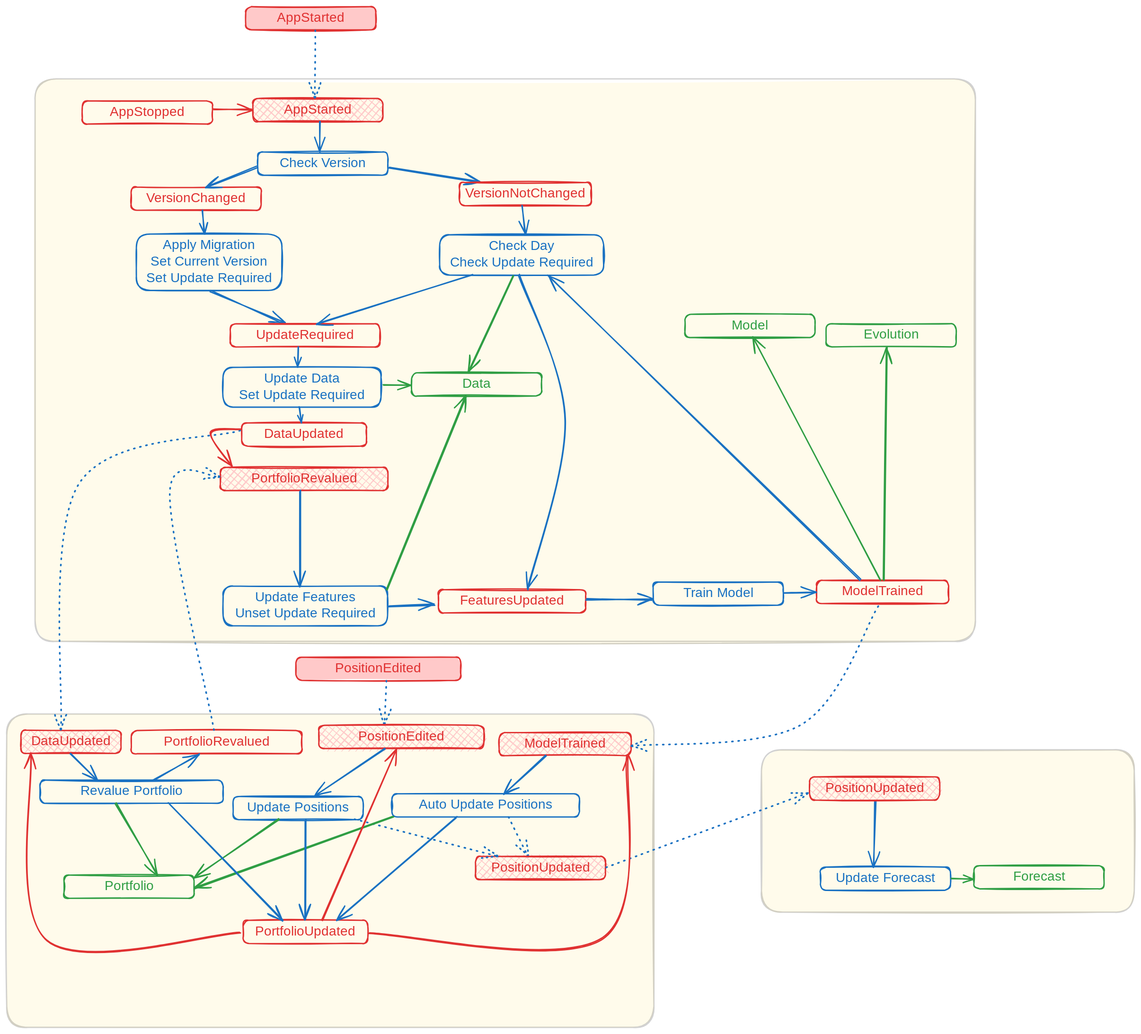
Before: docs/fsm.excalidraw.svg, a diagram exported from Excalidraw (WLM1ke/poptimizer). Source tidied: one line per element, renumbered; positions are measured from the earlier drawing's top-left corner, leaving out a move shared by most shapes.
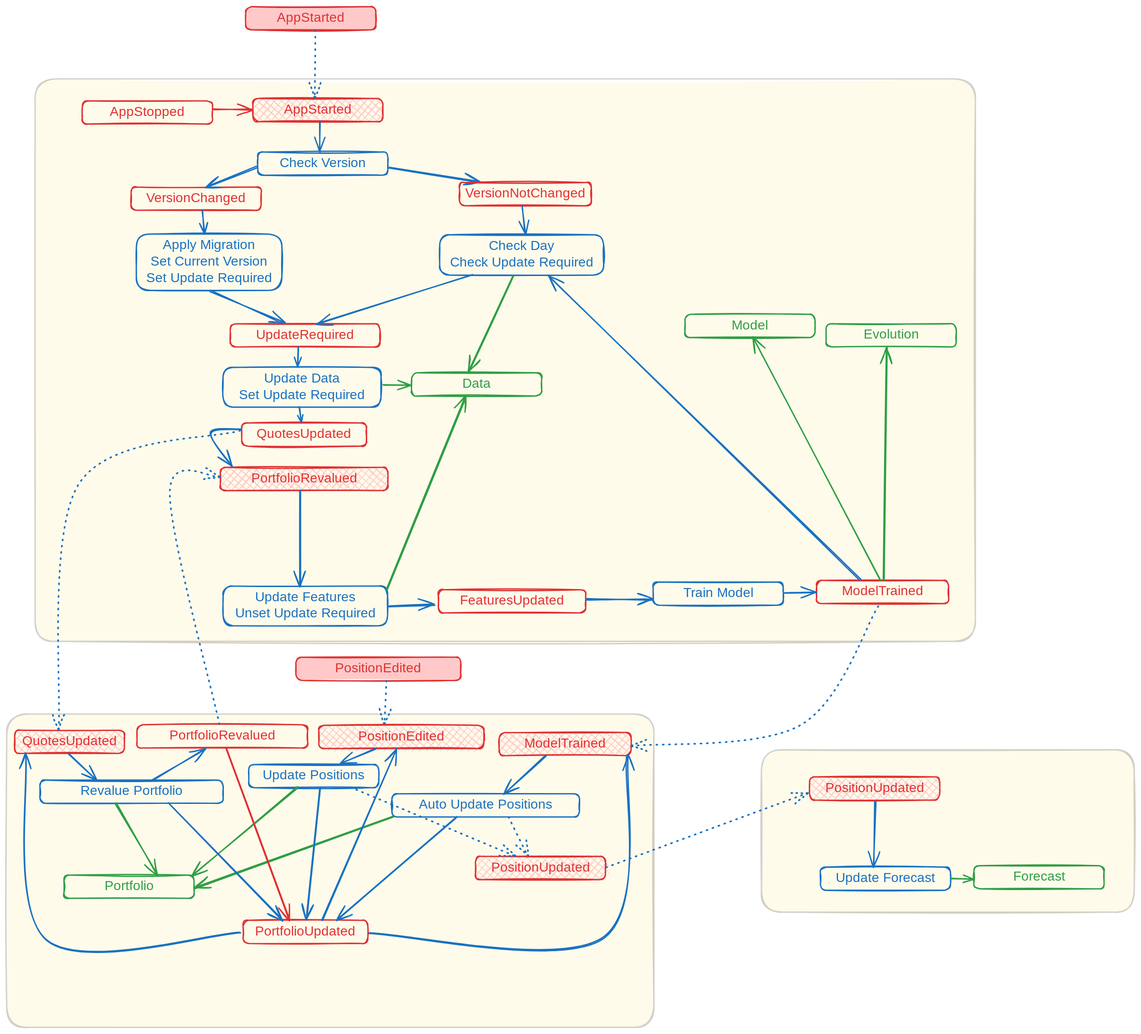
After the change.

The edit, as a diff of the source:
```diff
@@ -25,11 +25,11 @@
 {"id": 24, "type": "arrow", "strokeColor": "#1971c2", "strokeWidth": 2, "roughness": 1, "endArrowhead": "arrow", "round": true, "from": 15, "to": 13, "x": 378, "y": 242, "width": 77, "height": 30, "points": [[0, 0], [-77, 30]]}
 {"id": 25, "type": "arrow", "strokeColor": "#1971c2", "strokeWidth": 2, "roughness": 1, "endArrowhead": "arrow", "round": true, "from": 15, "to": 45, "x": 576, "y": 243, "width": 138, "height": 22, "points": [[0, 0], [138, 22]]}
 {"id": 26, "type": "arrow", "strokeColor": "#1971c2", "strokeWidth": 2, "strokeStyle": "dotted", "roughness": 1, "endArrowhead": "arrow", "round": true, "from": 11, "to": 77, "x": 572, "y": 1017, "width": 3, "height": 68, "points": [[0, 0], [-3, 68]]}
-{"id": 27, "type": "rectangle", "strokeColor": "#1971c2", "strokeWidth": 2, "roughness": 1, "round": true, "x": 342, "y": 1192, "width": 196, "height": 35}
+{"id": 27, "type": "rectangle", "strokeColor": "#1971c2", "strokeWidth": 2, "roughness": 1, "round": true, "x": 365, "y": 1144, "width": 196, "height": 35}
-{"id": 28, "type": "text", "text": "Update Positions", "strokeColor": "#1971c2", "strokeWidth": 2, "roughness": 1, "fontSize": 20, "fontFamily": 5, "textAlign": "center", "verticalAlign": "middle", "inside": 27, "x": 355, "y": 1197, "width": 169, "height": 25}
+{"id": 28, "type": "text", "text": "Update Positions", "strokeColor": "#1971c2", "strokeWidth": 2, "roughness": 1, "fontSize": 20, "fontFamily": 5, "textAlign": "center", "verticalAlign": "middle", "inside": 27, "x": 379, "y": 1149, "width": 169, "height": 25}
 {"id": 29, "type": "arrow", "strokeColor": "#1971c2", "strokeWidth": 2, "roughness": 1, "endArrowhead": "arrow", "round": true, "from": 42, "to": 50, "x": 307, "y": 429, "width": 112, "height": 49, "points": [[0, 0], [112, 49]]}
 {"id": 30, "type": "arrow", "strokeColor": "#2f9e44", "strokeWidth": 2, "roughness": 1, "endArrowhead": "arrow", "round": true, "from": 19, "to": 7, "x": 164, "y": 1203, "width": 63, "height": 107, "points": [[0, 0], [63, 107]]}
-{"id": 31, "type": "arrow", "strokeColor": "#2f9e44", "strokeWidth": 2, "roughness": 1, "endArrowhead": "arrow", "round": true, "from": 27, "to": 7, "x": 411, "y": 1227, "width": 128, "height": 86, "points": [[0, 0], [-128, 86]]}
+{"id": 31, "type": "arrow", "strokeColor": "#2f9e44", "strokeWidth": 2, "roughness": 1, "endArrowhead": "arrow", "round": true, "from": 27, "to": 7, "x": 440, "y": 1179, "width": 160, "height": 132, "points": [[0, 0], [-160, 132]]}
 {"id": 32, "type": "rectangle", "strokeColor": "#1971c2", "strokeWidth": 2, "roughness": 1, "round": true, "x": 1228, "y": 1298, "width": 196, "height": 35}
 {"id": 33, "type": "text", "text": "Update Forecast", "strokeColor": "#1971c2", "strokeWidth": 2, "roughness": 1, "fontSize": 20, "fontFamily": 5, "textAlign": "center", "verticalAlign": "middle", "inside": 32, "x": 1244, "y": 1303, "width": 165, "height": 25}
 {"id": 34, "type": "arrow", "strokeColor": "#2f9e44", "strokeWidth": 2, "roughness": 1, "endArrowhead": "arrow", "round": true, "from": 32, "to": 9, "x": 1426, "y": 1316, "width": 33, "height": 0, "points": [[0, 0], [33, 0]]}
@@ -38,7 +38,7 @@
 {"id": 37, "type": "arrow", "strokeColor": "#1971c2", "strokeWidth": 2, "strokeStyle": "dotted", "roughness": 1, "endArrowhead": "arrow", "round": true, "from": 35, "to": 38, "x": 757, "y": 1223, "width": 30, "height": 59, "points": [[0, 0], [30, 59]]}
 {"id": 38, "type": "rectangle", "strokeColor": "#e03131", "backgroundColor": "#ffc9c9", "fillStyle": "cross-hatch", "strokeWidth": 2, "roughness": 1, "round": true, "x": 708, "y": 1282, "width": 196, "height": 35}
 {"id": 39, "type": "text", "text": "PositionUpdated", "strokeColor": "#e03131", "strokeWidth": 2, "roughness": 1, "fontSize": 20, "fontFamily": 5, "textAlign": "center", "verticalAlign": "middle", "inside": 38, "x": 724, "y": 1287, "width": 162, "height": 25}
-{"id": 40, "type": "arrow", "strokeColor": "#1971c2", "strokeWidth": 2, "strokeStyle": "dotted", "roughness": 1, "endArrowhead": "arrow", "round": true, "from": 27, "to": 38, "x": 525, "y": 1227, "width": 217, "height": 54, "points": [[0, 0], [217, 54]]}
+{"id": 40, "type": "arrow", "strokeColor": "#1971c2", "strokeWidth": 2, "strokeStyle": "dotted", "roughness": 1, "endArrowhead": "arrow", "round": true, "from": 27, "to": 38, "x": 519, "y": 1179, "width": 250, "height": 103, "points": [[0, 0], [250, 103]]}
 {"id": 41, "type": "arrow", "strokeColor": "#1971c2", "strokeWidth": 2, "roughness": 1, "endArrowhead": "arrow", "round": true, "from": 96, "to": 32, "x": 1310, "y": 1199, "width": 2, "height": 99, "points": [[0, 0], [-2, 99]]}
 {"id": 42, "type": "rectangle", "strokeColor": "#1971c2", "strokeWidth": 2, "roughness": 1, "round": true, "x": 196, "y": 343, "width": 220, "height": 85}
 {"id": 43, "type": "text", "text": "Apply Migration\nSet Current Version\nSet Update Required", "strokeColor": "#1971c2", "strokeWidth": 2, "roughness": 1, "fontSize": 20, "fontFamily": 5, "textAlign": "center", "verticalAlign": "middle", "inside": 42, "x": 204, "y": 348, "width": 204, "height": 75}
@@ -53,18 +53,17 @@
 {"id": 52, "type": "rectangle", "strokeColor": "#e03131", "strokeWidth": 2, "roughness": 1, "round": true, "x": 652, "y": 880, "width": 222, "height": 35}
 {"id": 53, "type": "text", "text": "FeaturesUpdated", "strokeColor": "#e03131", "strokeWidth": 2, "roughness": 1, "fontSize": 20, "fontFamily": 5, "textAlign": "center", "verticalAlign": "middle", "inside": 52, "x": 678, "y": 885, "width": 169, "height": 25}
 {"id": 54, "type": "arrow", "strokeColor": "#1971c2", "strokeWidth": 2, "roughness": 1, "endArrowhead": "arrow", "round": true, "from": 47, "to": 50, "x": 702, "y": 405, "width": 233, "height": 73, "points": [[0, 0], [-233, 73]]}
-{"id": 55, "type": "arrow", "strokeColor": "#1971c2", "strokeWidth": 2, "roughness": 1, "endArrowhead": "arrow", "round": true, "from": 47, "to": 52, "x": 773, "y": 405, "width": 69, "height": 474, "points": [[0, 0], [69, 218], [13, 474]]}
 {"id": 56, "type": "arrow", "strokeColor": "#1971c2", "strokeWidth": 2, "roughness": 1, "endArrowhead": "arrow", "round": true, "from": 50, "to": 17, "x": 440, "y": 514, "width": 1, "height": 30, "points": [[0, 0], [-1, 30]]}
 {"id": 57, "type": "arrow", "strokeColor": "#2f9e44", "strokeWidth": 2, "roughness": 1, "endArrowhead": "arrow", "round": true, "from": 47, "to": 5, "x": 764, "y": 405, "width": 68, "height": 147, "points": [[0, 0], [-68, 147]]}
 {"id": 58, "type": "rectangle", "strokeColor": "#e03131", "strokeWidth": 2, "roughness": 1, "round": true, "x": 355, "y": 628, "width": 188, "height": 35}
-{"id": 59, "type": "text", "text": "DataUpdated", "strokeColor": "#e03131", "strokeWidth": 2, "roughness": 1, "fontSize": 20, "fontFamily": 5, "textAlign": "center", "verticalAlign": "middle", "inside": 58, "x": 382, "y": 633, "width": 133, "height": 25}
+{"id": 59, "type": "text", "text": "QuotesUpdated", "strokeColor": "#e03131", "strokeWidth": 2, "roughness": 1, "fontSize": 20, "fontFamily": 5, "textAlign": "center", "verticalAlign": "middle", "inside": 58, "x": 372, "y": 633, "width": 154, "height": 25}
 {"id": 60, "type": "arrow", "strokeColor": "#1971c2", "strokeWidth": 2, "roughness": 1, "endArrowhead": "arrow", "round": true, "from": 17, "to": 58, "x": 442, "y": 605, "width": 3, "height": 23, "points": [[0, 0], [3, 23]]}
-{"id": 61, "type": "rectangle", "strokeColor": "#e03131", "backgroundColor": "#ffc9c9", "fillStyle": "cross-hatch", "strokeWidth": 2, "roughness": 1, "round": true, "x": 21, "y": 1092, "width": 151, "height": 35}
+{"id": 61, "type": "rectangle", "strokeColor": "#e03131", "backgroundColor": "#ffc9c9", "fillStyle": "cross-hatch", "strokeWidth": 2, "roughness": 1, "round": true, "x": 12, "y": 1092, "width": 166, "height": 35}
-{"id": 62, "type": "text", "text": "DataUpdated", "strokeColor": "#e03131", "strokeWidth": 2, "roughness": 1, "fontSize": 20, "fontFamily": 5, "textAlign": "center", "verticalAlign": "middle", "inside": 61, "x": 31, "y": 1097, "width": 133, "height": 25}
+{"id": 62, "type": "text", "text": "QuotesUpdated", "strokeColor": "#e03131", "strokeWidth": 2, "roughness": 1, "fontSize": 20, "fontFamily": 5, "textAlign": "center", "verticalAlign": "middle", "inside": 61, "x": 18, "y": 1097, "width": 154, "height": 25}
-{"id": 63, "type": "arrow", "strokeColor": "#1971c2", "backgroundColor": "#ffc9c9", "fillStyle": "solid", "strokeWidth": 2, "roughness": 1, "endArrowhead": "arrow", "round": true, "from": 61, "to": 19, "x": 96, "y": 1127, "width": 41, "height": 40, "points": [[0, 0], [41, 40]]}
+{"id": 63, "type": "arrow", "strokeColor": "#1971c2", "backgroundColor": "#ffc9c9", "fillStyle": "solid", "strokeWidth": 2, "roughness": 1, "endArrowhead": "arrow", "round": true, "from": 61, "to": 19, "x": 93, "y": 1127, "width": 43, "height": 40, "points": [[0, 0], [43, 40]]}
-{"id": 64, "type": "rectangle", "strokeColor": "#e03131", "strokeWidth": 2, "roughness": 1, "round": true, "x": 188, "y": 1092, "width": 258, "height": 35}
+{"id": 64, "type": "rectangle", "strokeColor": "#e03131", "strokeWidth": 2, "roughness": 1, "round": true, "x": 197, "y": 1084, "width": 258, "height": 35}
-{"id": 65, "type": "text", "text": "PortfolioRevalued", "strokeColor": "#e03131", "strokeWidth": 2, "roughness": 1, "fontSize": 20, "fontFamily": 5, "textAlign": "center", "verticalAlign": "middle", "inside": 64, "x": 230, "y": 1097, "width": 174, "height": 25}
+{"id": 65, "type": "text", "text": "PortfolioRevalued", "strokeColor": "#e03131", "strokeWidth": 2, "roughness": 1, "fontSize": 20, "fontFamily": 5, "textAlign": "center", "verticalAlign": "middle", "inside": 64, "x": 239, "y": 1089, "width": 174, "height": 25}
-{"id": 66, "type": "arrow", "strokeColor": "#1971c2", "backgroundColor": "#ffc9c9", "fillStyle": "solid", "strokeWidth": 2, "roughness": 1, "endArrowhead": "arrow", "round": true, "from": 19, "to": 64, "x": 222, "y": 1167, "width": 68, "height": 39, "points": [[0, 0], [68, -39]]}
+{"id": 66, "type": "arrow", "strokeColor": "#1971c2", "backgroundColor": "#ffc9c9", "fillStyle": "solid", "strokeWidth": 2, "roughness": 1, "endArrowhead": "arrow", "round": true, "from": 19, "to": 64, "x": 220, "y": 1167, "width": 80, "height": 48, "points": [[0, 0], [80, -48]]}
 {"id": 67, "type": "rectangle", "strokeColor": "#e03131", "backgroundColor": "#ffc9c9", "fillStyle": "cross-hatch", "strokeWidth": 2, "roughness": 1, "round": true, "x": 322, "y": 695, "width": 253, "height": 35}
 {"id": 68, "type": "text", "text": "PortfolioRevalued", "strokeColor": "#e03131", "strokeWidth": 2, "roughness": 1, "fontSize": 20, "fontFamily": 5, "textAlign": "center", "verticalAlign": "middle", "inside": 67, "x": 362, "y": 700, "width": 174, "height": 25}
 {"id": 69, "type": "rectangle", "strokeColor": "#1971c2", "strokeWidth": 2, "roughness": 1, "round": true, "x": 327, "y": 874, "width": 248, "height": 60}
@@ -77,9 +76,9 @@
 {"id": 76, "type": "arrow", "strokeColor": "#1971c2", "backgroundColor": "#ffc9c9", "fillStyle": "solid", "strokeWidth": 2, "roughness": 1, "endArrowhead": "arrow", "round": true, "from": 69, "to": 52, "x": 577, "y": 906, "width": 70, "height": 3, "points": [[0, 0], [70, -3]]}
 {"id": 77, "type": "rectangle", "strokeColor": "#e03131", "backgroundColor": "#ffc9c9", "fillStyle": "cross-hatch", "strokeWidth": 2, "roughness": 1, "round": true, "x": 471, "y": 1084, "width": 249, "height": 35}
 {"id": 78, "type": "text", "text": "PositionEdited", "strokeColor": "#e03131", "strokeWidth": 2, "roughness": 1, "fontSize": 20, "fontFamily": 5, "textAlign": "center", "verticalAlign": "middle", "inside": 77, "x": 523, "y": 1089, "width": 145, "height": 25}
-{"id": 79, "type": "arrow", "strokeColor": "#1971c2", "backgroundColor": "#ffc9c9", "fillStyle": "cross-hatch", "strokeWidth": 2, "roughness": 1, "endArrowhead": "arrow", "round": true, "from": 77, "to": 27, "x": 571, "y": 1120, "width": 104, "height": 71, "points": [[0, 0], [-104, 71]]}
+{"id": 79, "type": "arrow", "strokeColor": "#1971c2", "backgroundColor": "#ffc9c9", "fillStyle": "cross-hatch", "strokeWidth": 2, "roughness": 1, "endArrowhead": "arrow", "round": true, "from": 77, "to": 27, "x": 557, "y": 1120, "width": 52, "height": 23, "points": [[0, 0], [-52, 23]]}
-{"id": 80, "type": "arrow", "strokeColor": "#1971c2", "backgroundColor": "#ffc9c9", "fillStyle": "cross-hatch", "strokeWidth": 2, "strokeStyle": "dotted", "roughness": 1, "endArrowhead": "arrow", "round": true, "from": 58, "to": 61, "x": 353, "y": 641, "width": 271, "height": 451, "points": [[0, 0], [-246, 81], [-271, 451]]}
+{"id": 80, "type": "arrow", "strokeColor": "#1971c2", "backgroundColor": "#ffc9c9", "fillStyle": "cross-hatch", "strokeWidth": 2, "strokeStyle": "dotted", "roughness": 1, "endArrowhead": "arrow", "round": true, "from": 58, "to": 61, "x": 353, "y": 641, "width": 274, "height": 451, "points": [[0, 0], [-246, 81], [-274, 451]]}
-{"id": 81, "type": "arrow", "strokeColor": "#1971c2", "backgroundColor": "#ffc9c9", "fillStyle": "cross-hatch", "strokeWidth": 2, "strokeStyle": "dotted", "roughness": 1, "endArrowhead": "arrow", "round": true, "from": 64, "to": 67, "x": 312, "y": 1092, "width": 74, "height": 383, "points": [[0, 0], [-65, -357], [10, -383]]}
+{"id": 81, "type": "arrow", "strokeColor": "#1971c2", "backgroundColor": "#ffc9c9", "fillStyle": "cross-hatch", "strokeWidth": 2, "strokeStyle": "dotted", "roughness": 1, "endArrowhead": "arrow", "round": true, "from": 64, "to": 67, "x": 320, "y": 1083, "width": 74, "height": 374, "points": [[0, 0], [-73, -348], [2, -374]]}
 {"id": 82, "type": "rectangle", "strokeColor": "#e03131", "strokeWidth": 2, "roughness": 1, "round": true, "x": 1223, "y": 866, "width": 199, "height": 35}
 {"id": 83, "type": "text", "text": "ModelTrained", "strokeColor": "#e03131", "strokeWidth": 2, "roughness": 1, "fontSize": 20, "fontFamily": 5, "textAlign": "center", "verticalAlign": "middle", "inside": 82, "x": 1259, "y": 871, "width": 127, "height": 25}
 {"id": 84, "type": "arrow", "strokeColor": "#1971c2", "backgroundColor": "#ffc9c9", "fillStyle": "cross-hatch", "strokeWidth": 2, "roughness": 1, "endArrowhead": "arrow", "round": true, "from": 82, "to": 47, "x": 1289, "y": 865, "width": 471, "height": 459, "points": [[0, 0], [-471, -459]]}
@@ -93,7 +92,7 @@
 {"id": 92, "type": "text", "text": "Model", "strokeColor": "#2f9e44", "strokeWidth": 2, "roughness": 1, "fontSize": 20, "fontFamily": 5, "textAlign": "center", "verticalAlign": "middle", "inside": 91, "x": 1095, "y": 469, "width": 55, "height": 25}
 {"id": 93, "type": "arrow", "strokeColor": "#2f9e44", "backgroundColor": "#ffc9c9", "fillStyle": "cross-hatch", "strokeWidth": 2, "roughness": 1, "endArrowhead": "arrow", "round": true, "from": 82, "to": 91, "x": 1318, "y": 865, "width": 192, "height": 366, "points": [[0, 0], [-192, -366]]}
 {"id": 94, "type": "arrow", "strokeColor": "#1971c2", "backgroundColor": "#ffc9c9", "fillStyle": "cross-hatch", "strokeWidth": 2, "strokeStyle": "dotted", "roughness": 1, "endArrowhead": "arrow", "round": true, "from": 82, "to": 85, "x": 1316, "y": 904, "width": 374, "height": 212, "points": [[0, 0], [-119, 180], [-374, 212]]}
-{"id": 95, "type": "arrow", "strokeColor": "#e03131", "backgroundColor": "#ffc9c9", "fillStyle": "cross-hatch", "strokeWidth": 2, "roughness": 1, "endArrowhead": "arrow", "round": true, "from": 58, "to": 67, "x": 354, "y": 637, "width": 45, "height": 58, "points": [[0, 0], [-45, 7], [-13, 58]]}
+{"id": 95, "type": "arrow", "strokeColor": "#1971c2", "backgroundColor": "#ffc9c9", "fillStyle": "cross-hatch", "strokeWidth": 2, "roughness": 1, "endArrowhead": "arrow", "round": true, "from": 58, "to": 67, "x": 354, "y": 637, "width": 45, "height": 58, "points": [[0, 0], [-45, 7], [-13, 58]]}
 {"id": 96, "type": "rectangle", "strokeColor": "#e03131", "backgroundColor": "#ffc9c9", "fillStyle": "cross-hatch", "strokeWidth": 2, "roughness": 1, "round": true, "x": 1212, "y": 1162, "width": 196, "height": 35}
 {"id": 97, "type": "text", "text": "PositionUpdated", "strokeColor": "#e03131", "strokeWidth": 2, "roughness": 1, "fontSize": 20, "fontFamily": 5, "textAlign": "center", "verticalAlign": "middle", "inside": 96, "x": 1229, "y": 1167, "width": 162, "height": 25}
 {"id": 98, "type": "arrow", "strokeColor": "#1971c2", "backgroundColor": "#ffc9c9", "fillStyle": "cross-hatch", "strokeWidth": 2, "strokeStyle": "dotted", "roughness": 1, "endArrowhead": "arrow", "round": true, "from": 38, "to": 96, "x": 905, "y": 1299, "width": 304, "height": 113, "points": [[0, 0], [304, -113]]}
@@ -101,14 +100,15 @@
 {"id": 100, "type": "rectangle", "strokeColor": "#e03131", "strokeWidth": 2, "roughness": 1, "round": true, "x": 357, "y": 1379, "width": 188, "height": 35}
 {"id": 101, "type": "text", "text": "PortfolioUpdated", "strokeColor": "#e03131", "strokeWidth": 2, "roughness": 1, "fontSize": 20, "fontFamily": 5, "textAlign": "center", "verticalAlign": "middle", "inside": 100, "x": 365, "y": 1384, "width": 171, "height": 25}
 {"id": 102, "type": "arrow", "strokeColor": "#1971c2", "strokeWidth": 2, "roughness": 1, "endArrowhead": "arrow", "round": true, "from": 19, "to": 100, "x": 244, "y": 1202, "width": 171, "height": 176, "points": [[0, 0], [171, 176]]}
-{"id": 103, "type": "arrow", "strokeColor": "#1971c2", "strokeWidth": 2, "roughness": 1, "endArrowhead": "arrow", "round": true, "from": 27, "to": 100, "x": 451, "y": 1227, "width": 0, "height": 151, "points": [[0, 0], [0, 151]]}
+{"id": 103, "type": "arrow", "strokeColor": "#1971c2", "strokeWidth": 2, "roughness": 1, "endArrowhead": "arrow", "round": true, "from": 27, "to": 100, "x": 473, "y": 1179, "width": 20, "height": 199, "points": [[0, 0], [-20, 199]]}
 {"id": 104, "type": "arrow", "strokeColor": "#1971c2", "strokeWidth": 2, "roughness": 1, "endArrowhead": "arrow", "round": true, "from": 35, "to": 100, "x": 679, "y": 1223, "width": 182, "height": 155, "points": [[0, 0], [-182, 155]]}
-{"id": 105, "type": "arrow", "strokeColor": "#e03131", "strokeWidth": 2, "roughness": 1, "endArrowhead": "arrow", "round": true, "from": 100, "to": 85, "x": 546, "y": 1398, "width": 391, "height": 276, "points": [[0, 0], [354, 8], [391, -268]]}
+{"id": 105, "type": "arrow", "strokeColor": "#1971c2", "strokeWidth": 2, "roughness": 1, "endArrowhead": "arrow", "round": true, "from": 100, "to": 85, "x": 546, "y": 1398, "width": 391, "height": 276, "points": [[0, 0], [354, 8], [391, -268]]}
-{"id": 106, "type": "arrow", "strokeColor": "#e03131", "strokeWidth": 2, "roughness": 1, "endArrowhead": "arrow", "round": true, "from": 100, "to": 77, "x": 476, "y": 1378, "width": 112, "height": 259, "points": [[0, 0], [112, -259]]}
+{"id": 106, "type": "arrow", "strokeColor": "#1971c2", "strokeWidth": 2, "roughness": 1, "endArrowhead": "arrow", "round": true, "from": 100, "to": 77, "x": 476, "y": 1378, "width": 112, "height": 259, "points": [[0, 0], [112, -259]]}
-{"id": 107, "type": "arrow", "strokeColor": "#e03131", "strokeWidth": 2, "roughness": 1, "endArrowhead": "arrow", "round": true, "from": 100, "to": 61, "x": 353, "y": 1397, "width": 317, "height": 281, "points": [[0, 0], [-293, 11], [-317, -270]]}
+{"id": 107, "type": "arrow", "strokeColor": "#1971c2", "strokeWidth": 2, "roughness": 1, "endArrowhead": "arrow", "round": true, "from": 100, "to": 61, "x": 353, "y": 1397, "width": 325, "height": 281, "points": [[0, 0], [-293, 11], [-325, -270]]}
 {"id": 108, "type": "rectangle", "strokeColor": "#e03131", "strokeWidth": 2, "roughness": 1, "round": true, "x": 114, "y": 142, "width": 196, "height": 35}
 {"id": 109, "type": "text", "text": "AppStopped", "strokeColor": "#e03131", "strokeWidth": 2, "roughness": 1, "fontSize": 20, "fontFamily": 5, "textAlign": "center", "verticalAlign": "middle", "inside": 108, "x": 155, "y": 147, "width": 115, "height": 25}
 {"id": 110, "type": "arrow", "strokeColor": "#e03131", "strokeWidth": 2, "roughness": 1, "endArrowhead": "arrow", "round": true, "from": 108, "to": 3, "x": 312, "y": 156, "width": 57, "height": 1, "points": [[0, 0], [57, -1]]}
 {"id": 111, "type": "rectangle", "strokeColor": "#2f9e44", "strokeWidth": 2, "roughness": 1, "round": true, "x": 1237, "y": 478, "width": 196, "height": 35}
 {"id": 112, "type": "text", "text": "Evolution", "strokeColor": "#2f9e44", "strokeWidth": 2, "roughness": 1, "fontSize": 20, "fontFamily": 5, "textAlign": "center", "verticalAlign": "middle", "inside": 111, "x": 1290, "y": 483, "width": 91, "height": 25}
 {"id": 113, "type": "arrow", "strokeColor": "#2f9e44", "strokeWidth": 2, "roughness": 1, "endArrowhead": "arrow", "round": true, "from": 82, "to": 111, "x": 1324, "y": 864, "width": 5, "height": 351, "points": [[0, 0], [5, -351]]}
+{"id": 114, "type": "arrow", "strokeColor": "#e03131", "strokeWidth": 2, "roughness": 1, "endArrowhead": "arrow", "round": true, "from": 64, "to": 100, "x": 331, "y": 1119, "width": 95, "height": 260, "points": [[0, 0], [95, 260]]}
```
